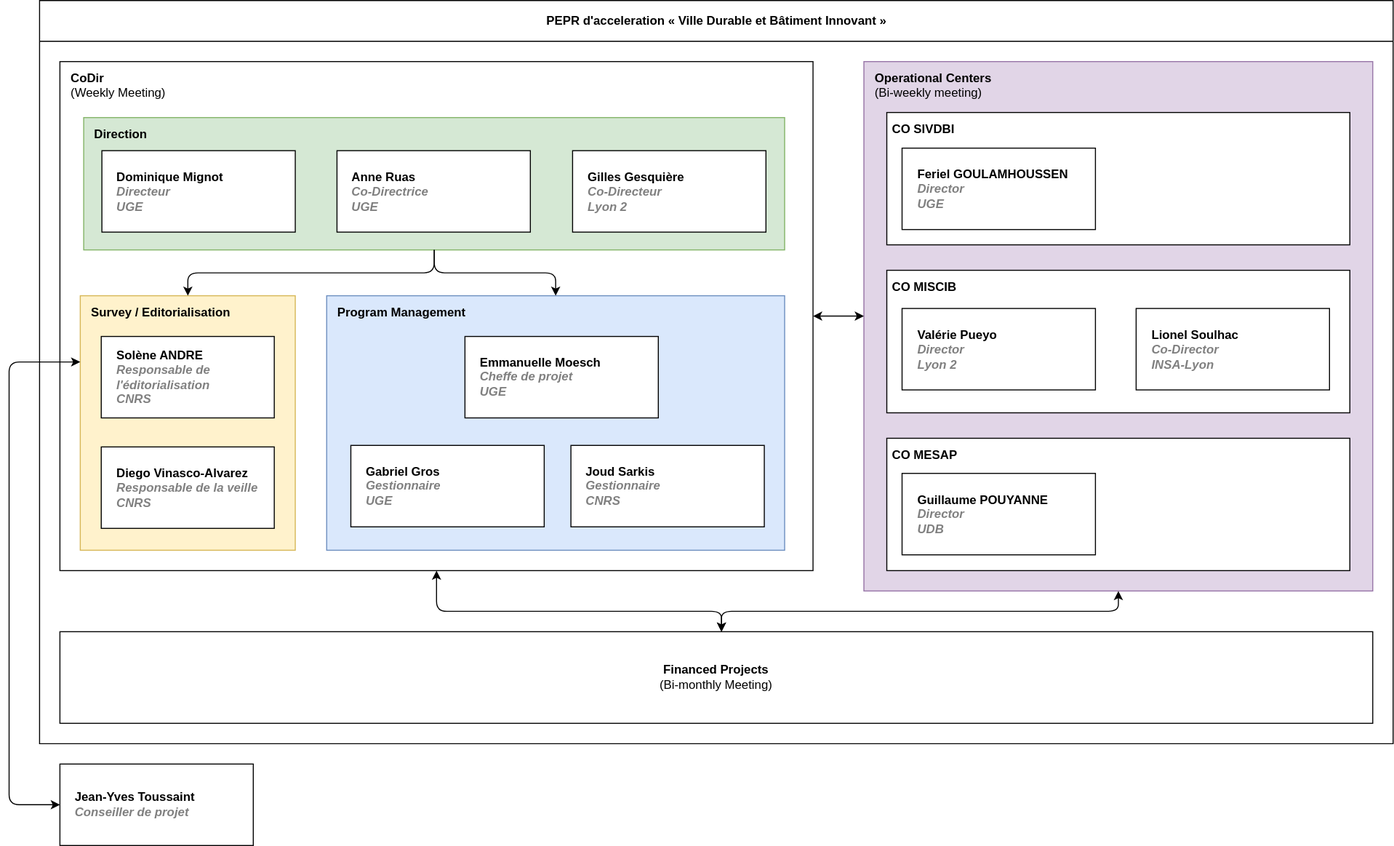
Before: docs/organigramme.drawio.svg, a diagram exported from draw.io (VCityTeam/PEPR-VDBI). Source tidied: cells renumbered, new cells last; positions are measured from the earlier drawing's top-left corner, leaving out a move shared by most shapes.
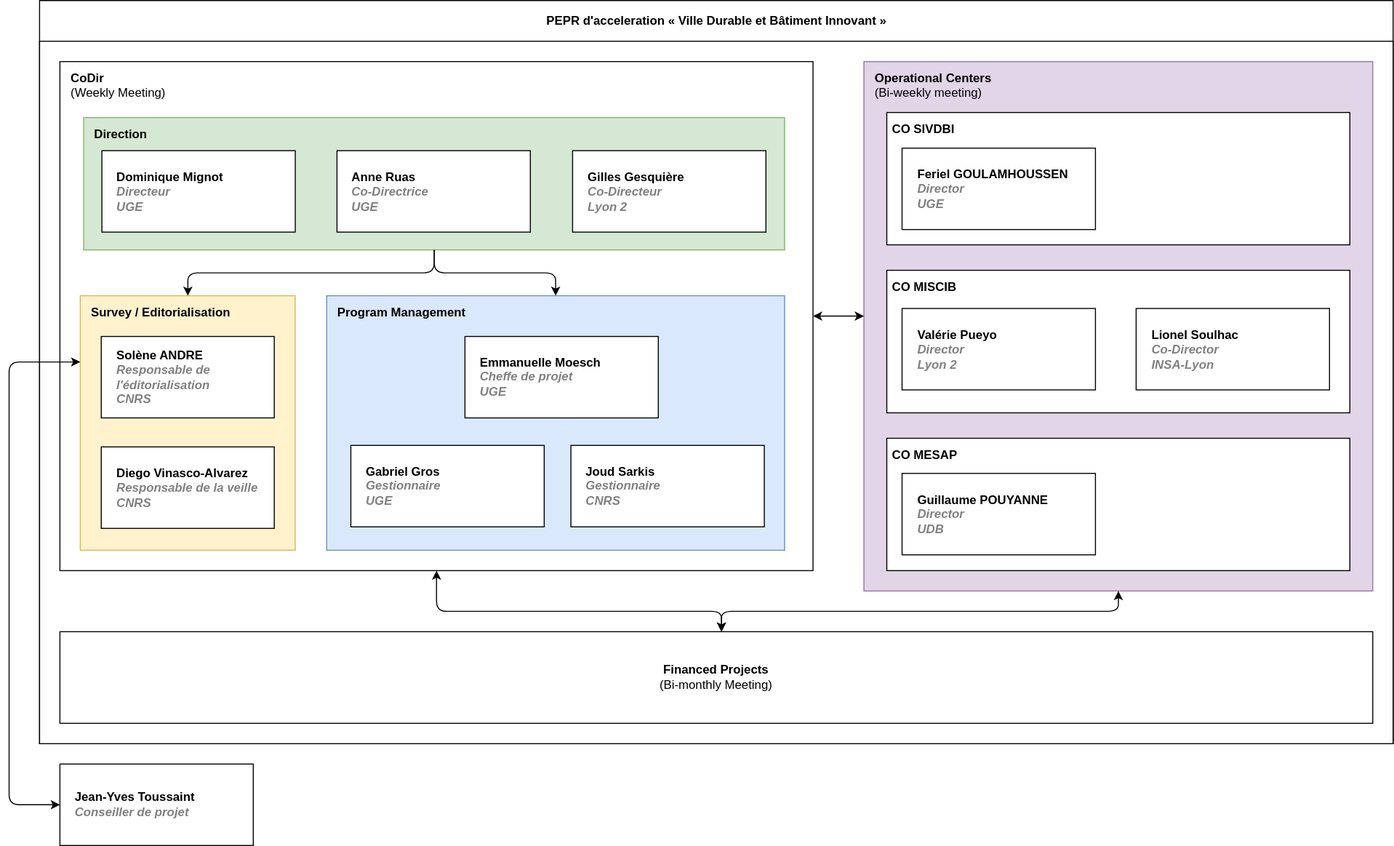
Later version of the same file.

Commit message:
update org chart

Change to the diagram source:
```diff
@@ -5,6 +5,9 @@
     <mxCell id="2" value="PEPR d'acceleration&amp;nbsp;« Ville Durable et Bâtiment Innovant »" style="swimlane;html=1;startSize=40;horizontal=1;containerType=tree;glass=0;" parent="1" vertex="1">
       <mxGeometry x="30" width="1330" height="730" as="geometry" />
     </mxCell>
+    <mxCell id="31" style="whiteSpace=wrap;html=1;" parent="2" vertex="1">
+      <mxGeometry y="40" width="1330" height="690" as="geometry" />
+    </mxCell>
     <mxCell id="3" value="CoDir&lt;br&gt;&lt;span style=&quot;font-weight: normal;&quot;&gt;(Weekly Meeting)&lt;/span&gt;" style="whiteSpace=wrap;html=1;verticalAlign=top;align=left;spacing=5;fontStyle=1;spacingLeft=6;" parent="2" vertex="1">
       <mxGeometry x="20" y="60" width="740" height="500" as="geometry" />
     </mxCell>
```
